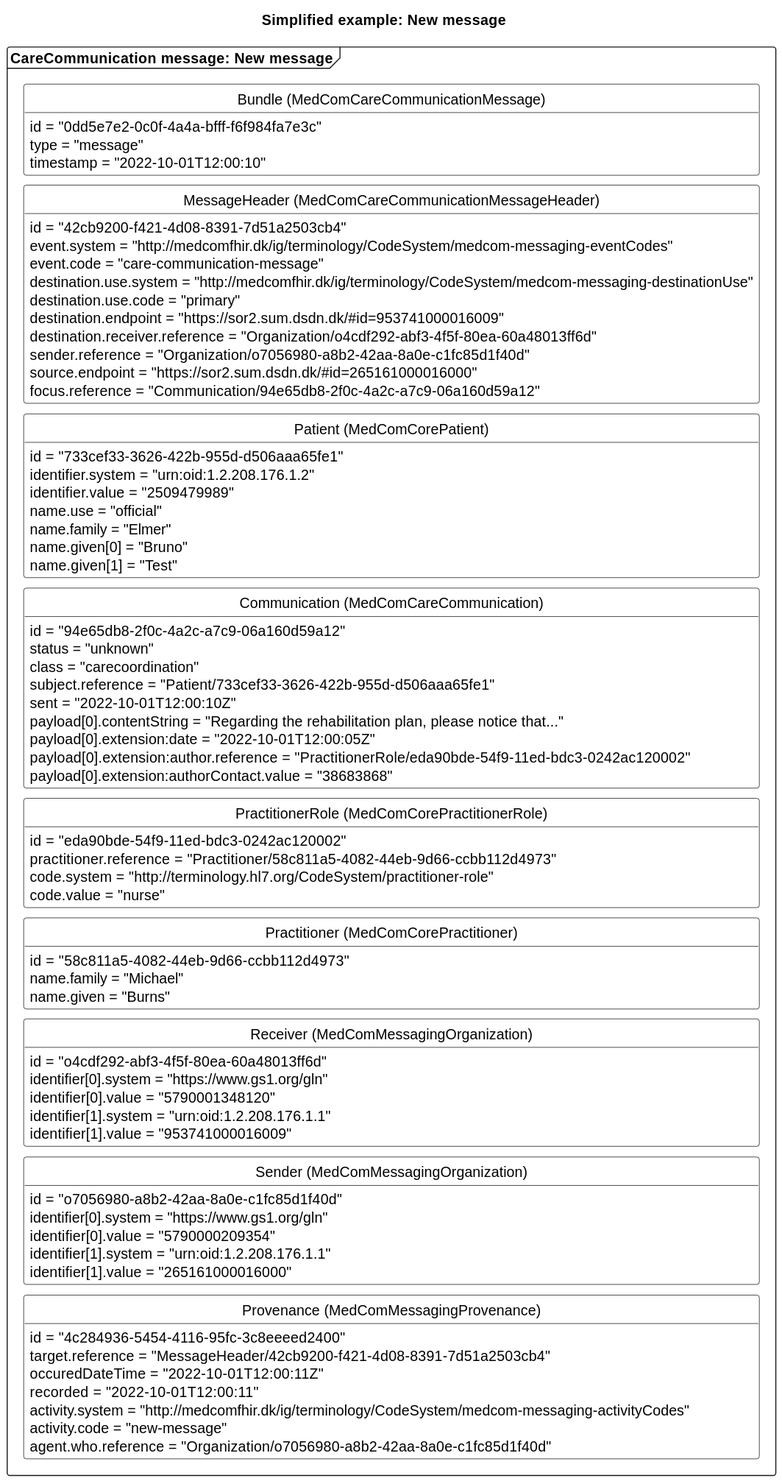
Above: input/images/carecommunication/CCNewMessage.svg in medcomdk/dk-medcom-carecommunication (PlantUML), before the change. The source it was exported from:
```plantuml
@startuml CCNewMessage

skinparam class {
    BackgroundColor White
    BorderColor Black
    ArrowColor Black
  }
hide circle
hide empty members
skinparam SameClassWidth true
skinparam Ranksep 10


title Simplified example: New message

package "CareCommunication message: New message" as new <<Frame>>{
    class "Bundle (MedComCareCommunicationMessage)" as newB {
        id = "0dd5e7e2-0c0f-4a4a-bfff-f6f984fa7e3c"
        type = "message"
        timestamp = "2022-10-01T12:00:10"
    }
    class "MessageHeader (MedComCareCommunicationMessageHeader)" as newMH{
        id = "42cb9200-f421-4d08-8391-7d51a2503cb4"
        event.system = "http://medcomfhir.dk/ig/terminology/CodeSystem/medcom-messaging-eventCodes"
        event.code = "care-communication-message"
        destination.use.system = "http://medcomfhir.dk/ig/terminology/CodeSystem/medcom-messaging-destinationUse"
        destination.use.code = "primary"
        destination.endpoint = "https://sor2.sum.dsdn.dk/#id=953741000016009"
        destination.receiver.reference = "Organization/o4cdf292-abf3-4f5f-80ea-60a48013ff6d"
        sender.reference = "Organization/o7056980-a8b2-42aa-8a0e-c1fc85d1f40d"
        source.endpoint = "https://sor2.sum.dsdn.dk/#id=265161000016000"
        focus.reference = "Communication/94e65db8-2f0c-4a2c-a7c9-06a160d59a12"
    }
    class "Patient (MedComCorePatient)" as newPT{
        id = "733cef33-3626-422b-955d-d506aaa65fe1"
        identifier.system = "urn:oid:1.2.208.176.1.2"
        identifier.value = "2509479989"
        name.use = "official"
        name.family = "Elmer"
        name.given[0] = "Bruno"
        name.given[1] = "Test"
    }
    class "Communication (MedComCareCommunication)" as newCom{
        id = "94e65db8-2f0c-4a2c-a7c9-06a160d59a12"
        status = "unknown"
        class = "carecoordination"
        subject.reference = "Patient/733cef33-3626-422b-955d-d506aaa65fe1"
        sent = "2022-10-01T12:00:10Z"
        payload[0].contentString = "Regarding the rehabilitation plan, please notice that..."
        payload[0].extension:date = "2022-10-01T12:00:05Z"
        payload[0].extension:author.reference = "PractitionerRole/eda90bde-54f9-11ed-bdc3-0242ac120002"
        payload[0].extension:authorContact.value = "38683868"
    }
    class "PractitionerRole (MedComCorePractitionerRole)" as newPracR{
        id = "eda90bde-54f9-11ed-bdc3-0242ac120002"
        practitioner.reference = "Practitioner/58c811a5-4082-44eb-9d66-ccbb112d4973"
        code.system = "http://terminology.hl7.org/CodeSystem/practitioner-role"
        code.value = "nurse"
    }
    class "Practitioner (MedComCorePractitioner)" as newPrac{
        id = "58c811a5-4082-44eb-9d66-ccbb112d4973"
        name.family = "Michael"
        name.given = "Burns"
    }
    class "Receiver (MedComMessagingOrganization)" as newROrg{
        id = "o4cdf292-abf3-4f5f-80ea-60a48013ff6d"
        identifier[0].system = "https://www.gs1.org/gln"
        identifier[0].value = "5790001348120"
        identifier[1].system = "urn:oid:1.2.208.176.1.1"
        identifier[1].value = "953741000016009"
    }
    class "Sender (MedComMessagingOrganization)" as newSOrg{
        id = "o7056980-a8b2-42aa-8a0e-c1fc85d1f40d"
        identifier[0].system = "https://www.gs1.org/gln"
        identifier[0].value = "5790000209354"
        identifier[1].system = "urn:oid:1.2.208.176.1.1"
        identifier[1].value = "265161000016000"
    }
    class "Provenance (MedComMessagingProvenance)" as newPRO{
        id = "4c284936-5454-4116-95fc-3c8eeeed2400"
        target.reference = "MessageHeader/42cb9200-f421-4d08-8391-7d51a2503cb4"
        occuredDateTime = "2022-10-01T12:00:11Z"
        recorded = "2022-10-01T12:00:11"
        activity.system = "http://medcomfhir.dk/ig/terminology/CodeSystem/medcom-messaging-activityCodes"
        activity.code = "new-message"
        agent.who.reference = "Organization/o7056980-a8b2-42aa-8a0e-c1fc85d1f40d"
    }

newB -[hidden]- newMH
newMH -[hidden]-newPT
newPT-[hidden]-newCom
newCom -[hidden]-newPracR
newPracR-[hidden]-newPrac
newPrac-[hidden]-newROrg
newROrg-[hidden]- newSOrg
newSOrg-[hidden]-newPRO


@enduml
```
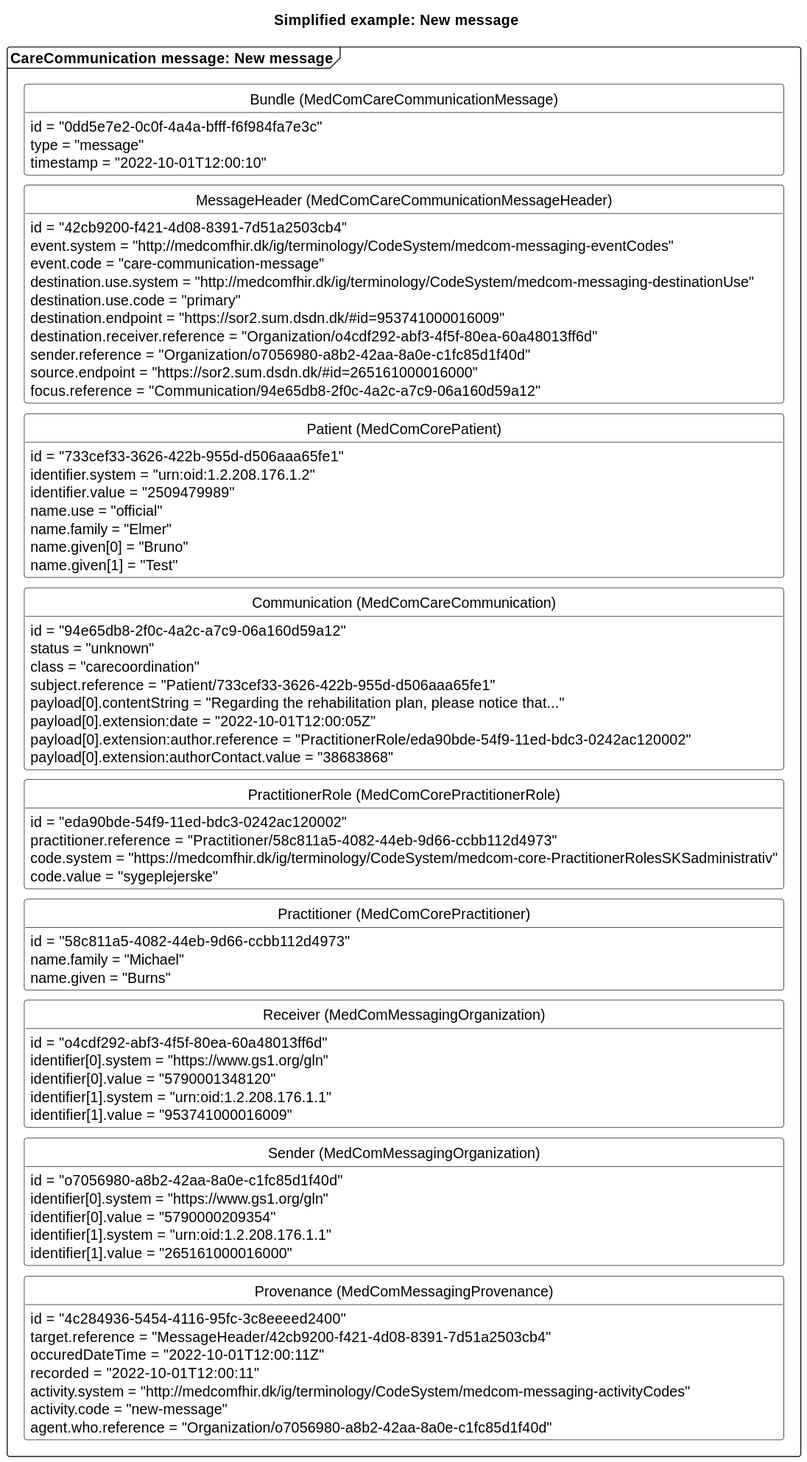
The same diagram one commit later.

The edit, as a diff of the source:
```diff
@@ -45,7 +45,6 @@
         status = "unknown"
         class = "carecoordination"
         subject.reference = "Patient/733cef33-3626-422b-955d-d506aaa65fe1"
-        sent = "2022-10-01T12:00:10Z"
         payload[0].contentString = "Regarding the rehabilitation plan, please notice that..."
         payload[0].extension:date = "2022-10-01T12:00:05Z"
         payload[0].extension:author.reference = "PractitionerRole/eda90bde-54f9-11ed-bdc3-0242ac120002"
@@ -54,8 +53,8 @@
     class "PractitionerRole (MedComCorePractitionerRole)" as newPracR{
         id = "eda90bde-54f9-11ed-bdc3-0242ac120002"
         practitioner.reference = "Practitioner/58c811a5-4082-44eb-9d66-ccbb112d4973"
-        code.system = "http://terminology.hl7.org/CodeSystem/practitioner-role"
-        code.value = "nurse"
+        code.system = "https://medcomfhir.dk/ig/terminology/CodeSystem/medcom-core-PractitionerRolesSKSadministrativ"
+        code.value = "sygeplejerske"
     }
     class "Practitioner (MedComCorePractitioner)" as newPrac{
         id = "58c811a5-4082-44eb-9d66-ccbb112d4973"
```
